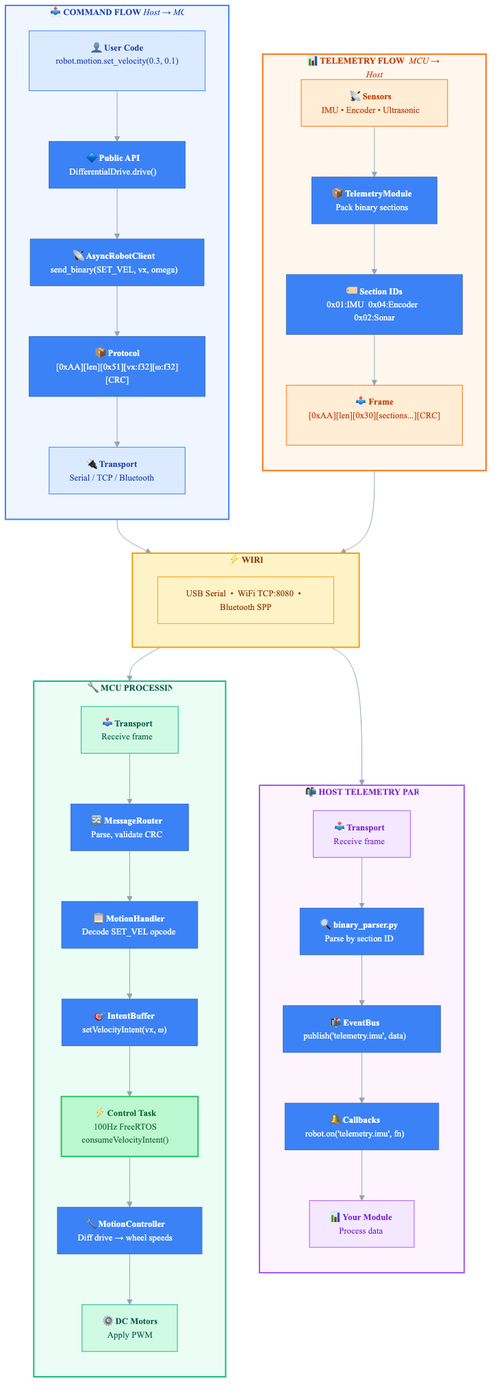
Above: docs/dataflow.png in kwasblue/Mara (Mermaid), before the change. Its source is kept beside it as docs/dataflow.mmd.
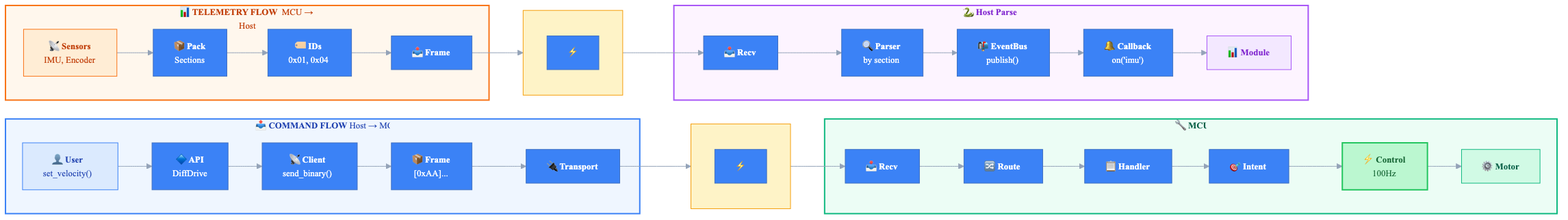
The same diagram one commit later.

What changed in the source:
```diff
@@ -10,79 +10,64 @@
   }
 }}%%
 
-flowchart TB
-    subgraph COMMAND["<b>📤 COMMAND FLOW</b>  <i>Host → MCU</i>"]
-        direction TB
-
-        C1["<b>👤 User Code</b><br/>robot.motion.set_velocity(0.3, 0.1)"]
-        C2["<b>🔷 Public API</b><br/>DifferentialDrive.drive()"]
-        C3["<b>📡 AsyncRobotClient</b><br/>send_binary(SET_VEL, vx, omega)"]
-        C4["<b>📦 Protocol</b><br/>[0xAA][len][0x51][vx:f32][ω:f32][CRC]"]
-        C5["<b>🔌 Transport</b><br/>Serial / TCP / Bluetooth"]
-
-        C1 --> C2 --> C3 --> C4 --> C5
+flowchart LR
+    subgraph CMD["<b>📤 COMMAND FLOW</b>  Host → MCU"]
+        direction LR
+        C1["<b>👤 User</b><br/>set_velocity()"]
+        C2["<b>🔷 API</b><br/>DiffDrive"]
+        C3["<b>📡 Client</b><br/>send_binary()"]
+        C4["<b>📦 Frame</b><br/>[0xAA]..."]
+        C5["<b>🔌 Transport</b>"]
     end
 
-    subgraph LINK["<b>⚡ WIRE</b>"]
-        WIRE["USB Serial  •  WiFi TCP:8080  •  Bluetooth SPP"]
+    subgraph WIRE1[" "]
+        W1["⚡"]
     end
 
-    subgraph MCU_PROC["<b>🔧 MCU PROCESSING</b>"]
-        direction TB
-
-        M1["<b>📥 Transport</b><br/>Receive frame"]
-        M2["<b>🔀 MessageRouter</b><br/>Parse, validate CRC"]
-        M3["<b>📋 MotionHandler</b><br/>Decode SET_VEL opcode"]
-        M4["<b>🎯 IntentBuffer</b><br/>setVelocityIntent(vx, ω)"]
-        M5["<b>⚡ Control Task</b><br/>100Hz FreeRTOS<br/>consumeVelocityIntent()"]
-        M6["<b>🔧 MotionController</b><br/>Diff drive → wheel speeds"]
-        M7["<b>⚙️ DC Motors</b><br/>Apply PWM"]
-
-        M1 --> M2 --> M3 --> M4 --> M5 --> M6 --> M7
+    subgraph MCU_CMD["<b>🔧 MCU</b>"]
+        direction LR
+        M1["<b>📥 Recv</b>"]
+        M2["<b>🔀 Route</b>"]
+        M3["<b>📋 Handler</b>"]
+        M4["<b>🎯 Intent</b>"]
+        M5["<b>⚡ Control</b><br/>100Hz"]
+        M6["<b>⚙️ Motor</b>"]
     end
 
-    subgraph TELEMETRY["<b>📊 TELEMETRY FLOW</b>  <i>MCU → Host</i>"]
-        direction TB
+    C1 --> C2 --> C3 --> C4 --> C5 --> WIRE1 --> M1 --> M2 --> M3 --> M4 --> M5 --> M6
 
-        T1["<b>📡 Sensors</b><br/>IMU • Encoder • Ultrasonic"]
-        T2["<b>📦 TelemetryModule</b><br/>Pack binary sections"]
-        T3["<b>🏷️ Section IDs</b><br/>0x01:IMU  0x04:Encoder  0x02:Sonar"]
-        T4["<b>📤 Frame</b><br/>[0xAA][len][0x30][sections...][CRC]"]
-
-        T1 --> T2 --> T3 --> T4
+    subgraph SENSOR["<b>📊 TELEMETRY FLOW</b>  MCU → Host"]
+        direction LR
+        T1["<b>📡 Sensors</b><br/>IMU, Encoder"]
+        T2["<b>📦 Pack</b><br/>Sections"]
+        T3["<b>🏷️ IDs</b><br/>0x01, 0x04"]
+        T4["<b>📤 Frame</b>"]
     end
 
-    subgraph HOST_TELEM["<b>📬 HOST TELEMETRY PARSE</b>"]
-        direction TB
-
-        H1["<b>📥 Transport</b><br/>Receive frame"]
-        H2["<b>🔍 binary_parser.py</b><br/>Parse by section ID"]
-        H3["<b>📬 EventBus</b><br/>publish('telemetry.imu', data)"]
-        H4["<b>🔔 Callbacks</b><br/>robot.on('telemetry.imu', fn)"]
-        H5["<b>📊 Your Module</b><br/>Process data"]
-
-        H1 --> H2 --> H3 --> H4 --> H5
+    subgraph WIRE2[" "]
+        W2["⚡"]
     end
 
-    COMMAND --> LINK
-    LINK --> MCU_PROC
-    TELEMETRY --> LINK
-    LINK --> HOST_TELEM
+    subgraph PARSE["<b>🐍 Host Parse</b>"]
+        direction LR
+        H1["<b>📥 Recv</b>"]
+        H2["<b>🔍 Parser</b><br/>by section"]
+        H3["<b>📬 EventBus</b><br/>publish()"]
+        H4["<b>🔔 Callback</b><br/>on('imu')"]
+        H5["<b>📊 Module</b>"]
+    end
 
-    style COMMAND fill:#eff6ff,stroke:#3b82f6,stroke-width:2px,color:#1e40af
-    style MCU_PROC fill:#ecfdf5,stroke:#10b981,stroke-width:2px,color:#065f46
-    style TELEMETRY fill:#fff7ed,stroke:#f97316,stroke-width:2px,color:#c2410c
-    style HOST_TELEM fill:#fdf4ff,stroke:#a855f7,stroke-width:2px,color:#7e22ce
-    style LINK fill:#fef3c7,stroke:#f59e0b,stroke-width:2px,color:#92400e
+    T1 --> T2 --> T3 --> T4 --> WIRE2 --> H1 --> H2 --> H3 --> H4 --> H5
 
-    style WIRE fill:#fef3c7,stroke:#f59e0b,color:#92400e
+    style CMD fill:#eff6ff,stroke:#3b82f6,stroke-width:2px,color:#1e40af
+    style MCU_CMD fill:#ecfdf5,stroke:#10b981,stroke-width:2px,color:#065f46
+    style SENSOR fill:#fff7ed,stroke:#f97316,stroke-width:2px,color:#c2410c
+    style PARSE fill:#fdf4ff,stroke:#a855f7,stroke-width:2px,color:#7e22ce
+    style WIRE1 fill:#fef3c7,stroke:#f59e0b,stroke-width:1px,color:#92400e
+    style WIRE2 fill:#fef3c7,stroke:#f59e0b,stroke-width:1px,color:#92400e
 
     style C1 fill:#dbeafe,stroke:#3b82f6,color:#1e40af
-    style C5 fill:#dbeafe,stroke:#3b82f6,color:#1e40af
-    style M1 fill:#d1fae5,stroke:#10b981,color:#065f46
     style M5 fill:#bbf7d0,stroke:#22c55e,color:#166534,stroke-width:2px
-    style M7 fill:#d1fae5,stroke:#10b981,color:#065f46
+    style M6 fill:#d1fae5,stroke:#10b981,color:#065f46
     style T1 fill:#ffedd5,stroke:#f97316,color:#c2410c
-    style T4 fill:#ffedd5,stroke:#f97316,color:#c2410c
-    style H1 fill:#f3e8ff,stroke:#a855f7,color:#7e22ce
     style H5 fill:#f3e8ff,stroke:#a855f7,color:#7e22ce
```
